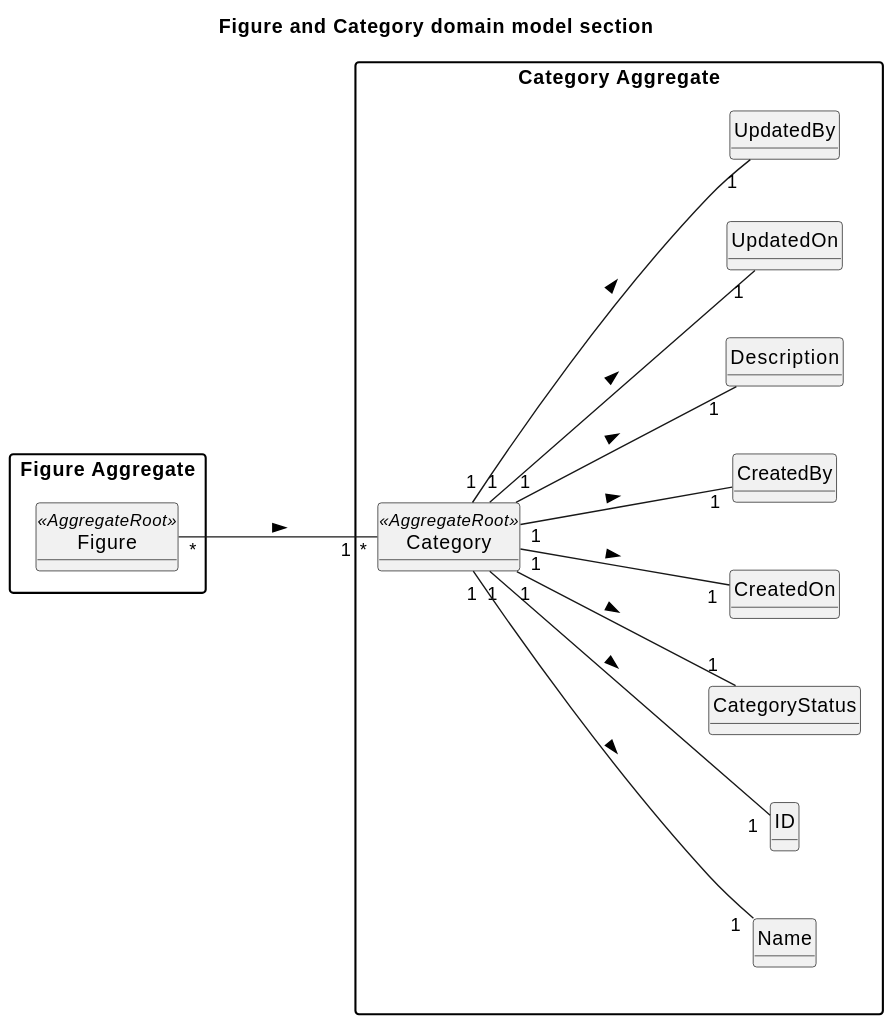
The PlantUML diagram docs/planning/sprint2/EAPLI/US245 - Add figure category/02.analysis/svg/us245-domain-model.svg in SAEmanuel/Shodrone_ISEP, before a commit.
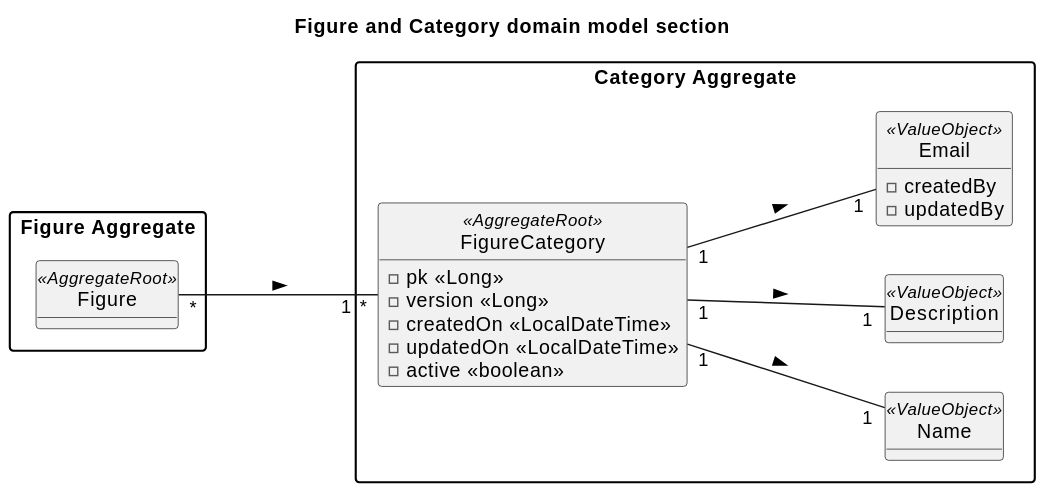
The same diagram one commit later.

The edit, as a diff of the source:
```diff
@@ -11,34 +11,27 @@
 
 package "Category Aggregate" {
 
-    class Category <<AggregateRoot>> {
+    class FigureCategory <<AggregateRoot>> {
+    - pk <<Long>>
+    - version <<Long>>
+    - createdOn <<LocalDateTime>>
+    - updatedOn <<LocalDateTime>>
+    - active <<boolean>>
     }
 
-    class Name {
+    class Name <<ValueObject>> {
     }
 
-    class ID {
+    class Description <<ValueObject>> {
     }
 
-    class CategoryStatus {
-    }
-
-    class CreatedOn {
-    }
-
-    class CreatedBy {
-    }
-
-    class Description {
-    }
-
-    class UpdatedOn {
-    }
-
-    class UpdatedBy {
+    class Email <<ValueObject>> {
+    - createdBy
+    - updatedBy
     }
 
 }
+
 
 package "Figure Aggregate" {
     class Figure <<AggregateRoot>> {
@@ -46,13 +39,8 @@
 }
 
 
-    Figure "*" --- "1 *" Category : >
-    Category "1" --- "1" ID: >
-    Category "1" --- "1" Name: >
-    Category "1" --- "1" CategoryStatus: >
-    Category "1" --- "1" CreatedOn: >
-    Category "1" --- "1" CreatedBy: >
-    Category "1" --- "1" Description: >
-    Category "1" --- "1" UpdatedOn: >
-    Category "1" --- "1" UpdatedBy: >
+    Figure "*" --- "1 *" FigureCategory : >
+    FigureCategory "1" --- "1" Name: >
+    FigureCategory "1" --- "1" Description: >
+    FigureCategory "1" --- "1" Email: >
 @enduml
```
